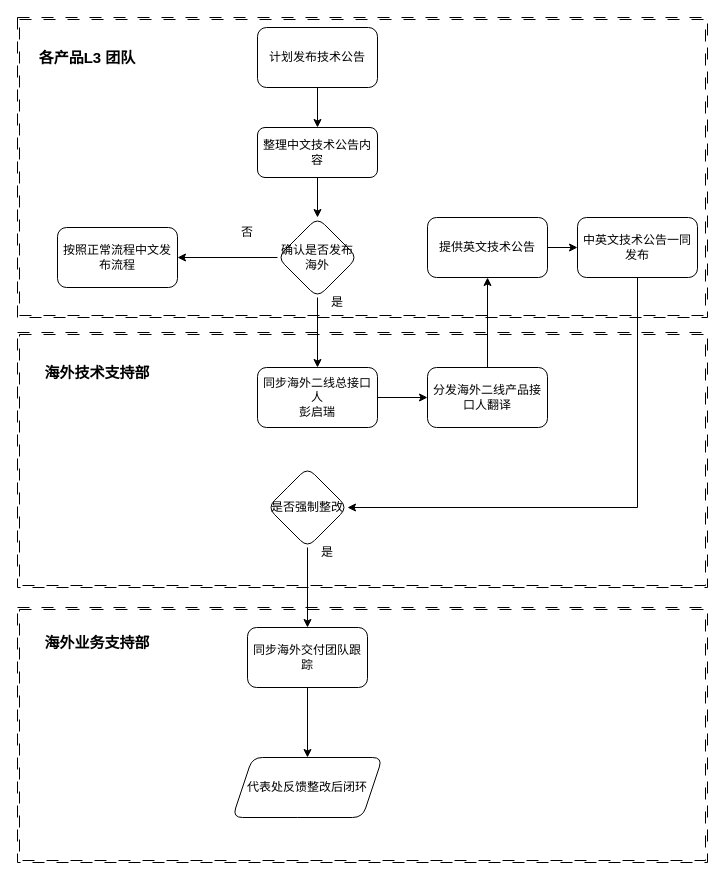
This is page "海外技术公告整改流程" (14 of 14) of 未命名绘图.drawio from linglingoo/liucheng2, a draw.io file, before an edit. Source tidied: cells renumbered, new cells numbered last; positions are measured from the earlier drawing's top-left corner, leaving out a move shared by most shapes. Both pictures are drawn from the tidied source at 100%, with x=0, y=0 at pixel (17, 17).
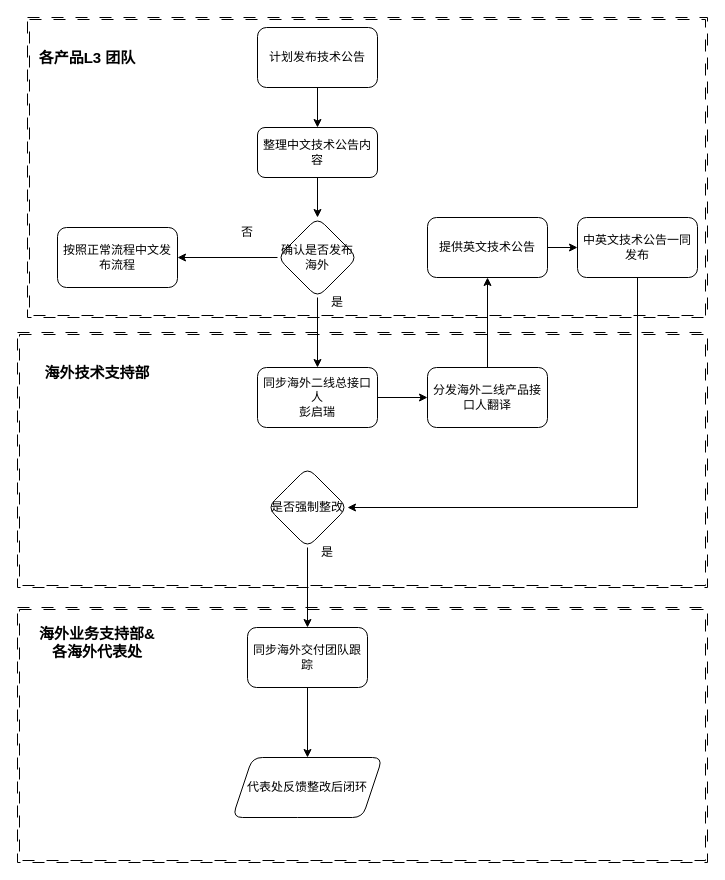
Above is the later version.

Commit message:
更新未命名绘图.drawio

The edit, as a diff of the source:
```diff
@@
     <mxCell id="4" style="shape=ext;double=1;rounded=0;whiteSpace=wrap;html=1;dashed=1;dashPattern=12 12;" parent="1" vertex="1">
-      <mxGeometry width="690" height="300" as="geometry" />
+      <mxGeometry x="10" width="680" height="300" as="geometry" />
     </mxCell>
@@
-    <mxCell id="31" value="海外业务支持部" style="text;html=1;whiteSpace=wrap;strokeColor=none;fillColor=none;align=center;verticalAlign=middle;rounded=0;fontStyle=1;fontSize=15;" parent="1" vertex="1">
+    <mxCell id="31" value="海外业务支持部&amp;amp;各海外代表处" style="text;html=1;whiteSpace=wrap;strokeColor=none;fillColor=none;align=center;verticalAlign=middle;rounded=0;fontStyle=1;fontSize=15;" parent="1" vertex="1">
       <mxGeometry x="20" y="610" width="120" height="30" as="geometry" />
     </mxCell>
```
